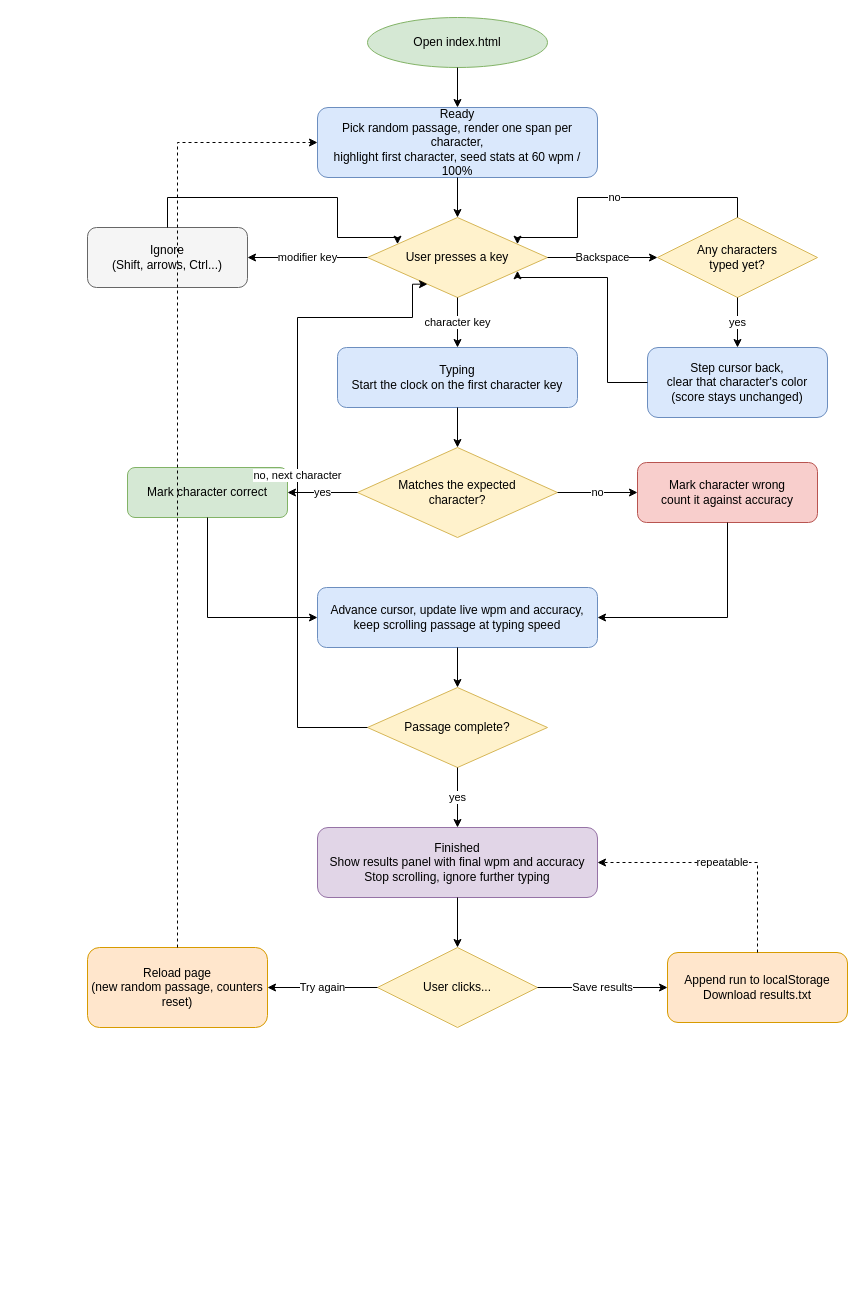
Earlier version of the draw.io diagram page "High-Level Flow" (1 of 3) of docs/typing-trainer.drawio (shaynemeyer/typingapp). Source tidied: cells renumbered, new cells numbered last; positions are measured from the earlier drawing's top-left corner, leaving out a move shared by most shapes. Both pictures are drawn from the tidied source at 100%, with x=0, y=0 at pixel (87, 17).
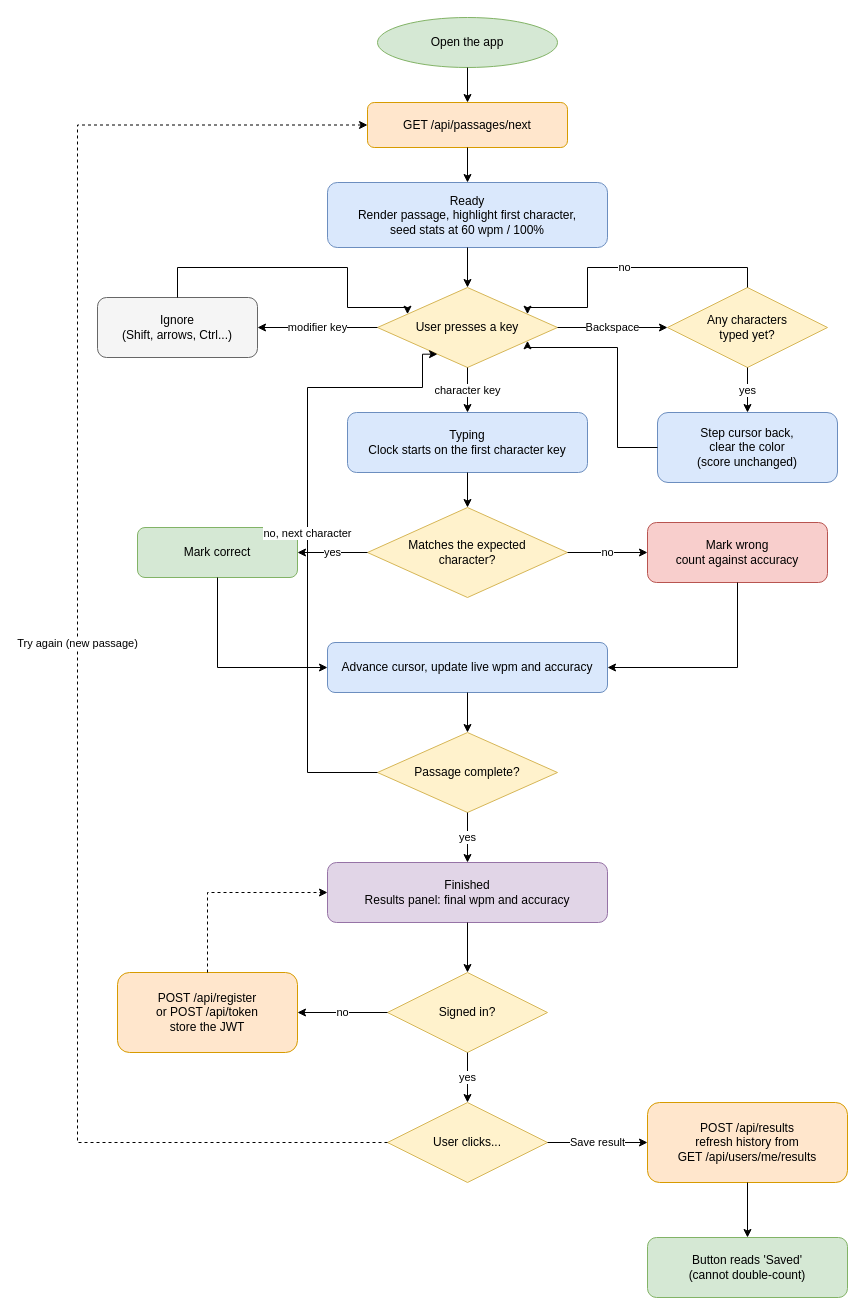
After the change.

What changed in the source:
```diff
@@
-    <mxCell id="2" value="Open index.html" style="ellipse;whiteSpace=wrap;html=1;fillColor=#d5e8d4;strokeColor=#82b366;" parent="1" vertex="1">
-      <mxGeometry x="280" width="180" height="50" as="geometry" />
+    <mxCell id="2" value="Open the app" style="ellipse;whiteSpace=wrap;html=1;fillColor=#d5e8d4;strokeColor=#82b366;" parent="1" vertex="1">
+      <mxGeometry x="290" width="180" height="50" as="geometry" />
     </mxCell>
+    <mxCell id="40" value="GET /api/passages/next" style="rounded=1;whiteSpace=wrap;html=1;fillColor=#ffe6cc;strokeColor=#d79b00;" parent="1" vertex="1">
+      <mxGeometry x="280" y="85" width="200" height="45" as="geometry" />
+    </mxCell>
-    <mxCell id="3" value="Ready&#10;Pick random passage, render one span per character,&#10;highlight first character, seed stats at 60 wpm / 100%" style="rounded=1;whiteSpace=wrap;html=1;fillColor=#dae8fc;strokeColor=#6c8ebf;" parent="1" vertex="1">
-      <mxGeometry x="230" y="90" width="280" height="70" as="geometry" />
+    <mxCell id="3" value="Ready&#10;Render passage, highlight first character,&#10;seed stats at 60 wpm / 100%" style="rounded=1;whiteSpace=wrap;html=1;fillColor=#dae8fc;strokeColor=#6c8ebf;" parent="1" vertex="1">
+      <mxGeometry x="240" y="165" width="280" height="65" as="geometry" />
     </mxCell>
     <mxCell id="4" value="User presses a key" style="rhombus;whiteSpace=wrap;html=1;fillColor=#fff2cc;strokeColor=#d6b656;" parent="1" vertex="1">
-      <mxGeometry x="280" y="200" width="180" height="80" as="geometry" />
+      <mxGeometry x="290" y="270" width="180" height="80" as="geometry" />
     </mxCell>
     <mxCell id="5" value="Ignore&#10;(Shift, arrows, Ctrl...)" style="rounded=1;whiteSpace=wrap;html=1;fillColor=#f5f5f5;strokeColor=#666666;" parent="1" vertex="1">
-      <mxGeometry y="210" width="160" height="60" as="geometry" />
+      <mxGeometry x="10" y="280" width="160" height="60" as="geometry" />
     </mxCell>
     <mxCell id="6" value="Any characters&#10;typed yet?" style="rhombus;whiteSpace=wrap;html=1;fillColor=#fff2cc;strokeColor=#d6b656;" parent="1" vertex="1">
-      <mxGeometry x="570" y="200" width="160" height="80" as="geometry" />
+      <mxGeometry x="580" y="270" width="160" height="80" as="geometry" />
     </mxCell>
-    <mxCell id="7" value="Step cursor back,&#10;clear that character's color&#10;(score stays unchanged)" style="rounded=1;whiteSpace=wrap;html=1;fillColor=#dae8fc;strokeColor=#6c8ebf;" parent="1" vertex="1">
-      <mxGeometry x="560" y="330" width="180" height="70" as="geometry" />
+    <mxCell id="7" value="Step cursor back,&#10;clear the color&#10;(score unchanged)" style="rounded=1;whiteSpace=wrap;html=1;fillColor=#dae8fc;strokeColor=#6c8ebf;" parent="1" vertex="1">
+      <mxGeometry x="570" y="395" width="180" height="70" as="geometry" />
     </mxCell>
-    <mxCell id="8" value="Typing&#10;Start the clock on the first character key" style="rounded=1;whiteSpace=wrap;html=1;fillColor=#dae8fc;strokeColor=#6c8ebf;" parent="1" vertex="1">
-      <mxGeometry x="250" y="330" width="240" height="60" as="geometry" />
+    <mxCell id="8" value="Typing&#10;Clock starts on the first character key" style="rounded=1;whiteSpace=wrap;html=1;fillColor=#dae8fc;strokeColor=#6c8ebf;" parent="1" vertex="1">
+      <mxGeometry x="260" y="395" width="240" height="60" as="geometry" />
     </mxCell>
     <mxCell id="9" value="Matches the expected&#10;character?" style="rhombus;whiteSpace=wrap;html=1;fillColor=#fff2cc;strokeColor=#d6b656;" parent="1" vertex="1">
-      <mxGeometry x="270" y="430" width="200" height="90" as="geometry" />
+      <mxGeometry x="280" y="490" width="200" height="90" as="geometry" />
     </mxCell>
-    <mxCell id="10" value="Mark character correct" style="rounded=1;whiteSpace=wrap;html=1;fillColor=#d5e8d4;strokeColor=#82b366;" parent="1" vertex="1">
-      <mxGeometry x="40" y="450" width="160" height="50" as="geometry" />
+    <mxCell id="10" value="Mark correct" style="rounded=1;whiteSpace=wrap;html=1;fillColor=#d5e8d4;strokeColor=#82b366;" parent="1" vertex="1">
+      <mxGeometry x="50" y="510" width="160" height="50" as="geometry" />
     </mxCell>
-    <mxCell id="11" value="Mark character wrong&#10;count it against accuracy" style="rounded=1;whiteSpace=wrap;html=1;fillColor=#f8cecc;strokeColor=#b85450;" parent="1" vertex="1">
-      <mxGeometry x="550" y="445" width="180" height="60" as="geometry" />
+    <mxCell id="11" value="Mark wrong&#10;count against accuracy" style="rounded=1;whiteSpace=wrap;html=1;fillColor=#f8cecc;strokeColor=#b85450;" parent="1" vertex="1">
+      <mxGeometry x="560" y="505" width="180" height="60" as="geometry" />
     </mxCell>
-    <mxCell id="12" value="Advance cursor, update live wpm and accuracy,&#10;keep scrolling passage at typing speed" style="rounded=1;whiteSpace=wrap;html=1;fillColor=#dae8fc;strokeColor=#6c8ebf;" parent="1" vertex="1">
-      <mxGeometry x="230" y="570" width="280" height="60" as="geometry" />
+    <mxCell id="12" value="Advance cursor, update live wpm and accuracy" style="rounded=1;whiteSpace=wrap;html=1;fillColor=#dae8fc;strokeColor=#6c8ebf;" parent="1" vertex="1">
+      <mxGeometry x="240" y="625" width="280" height="50" as="geometry" />
     </mxCell>
     <mxCell id="13" value="Passage complete?" style="rhombus;whiteSpace=wrap;html=1;fillColor=#fff2cc;strokeColor=#d6b656;" parent="1" vertex="1">
-      <mxGeometry x="280" y="670" width="180" height="80" as="geometry" />
+      <mxGeometry x="290" y="715" width="180" height="80" as="geometry" />
     </mxCell>
-    <mxCell id="14" value="Finished&#10;Show results panel with final wpm and accuracy&#10;Stop scrolling, ignore further typing" style="rounded=1;whiteSpace=wrap;html=1;fillColor=#e1d5e7;strokeColor=#9673a6;" parent="1" vertex="1">
-      <mxGeometry x="230" y="810" width="280" height="70" as="geometry" />
+    <mxCell id="14" value="Finished&#10;Results panel: final wpm and accuracy" style="rounded=1;whiteSpace=wrap;html=1;fillColor=#e1d5e7;strokeColor=#9673a6;" parent="1" vertex="1">
+      <mxGeometry x="240" y="845" width="280" height="60" as="geometry" />
     </mxCell>
+    <mxCell id="41" value="Signed in?" style="rhombus;whiteSpace=wrap;html=1;fillColor=#fff2cc;strokeColor=#d6b656;" parent="1" vertex="1">
+      <mxGeometry x="300" y="955" width="160" height="80" as="geometry" />
+    </mxCell>
+    <mxCell id="42" value="POST /api/register&#10;or POST /api/token&#10;store the JWT" style="rounded=1;whiteSpace=wrap;html=1;fillColor=#ffe6cc;strokeColor=#d79b00;" parent="1" vertex="1">
+      <mxGeometry x="30" y="955" width="180" height="80" as="geometry" />
+    </mxCell>
     <mxCell id="15" value="User clicks..." style="rhombus;whiteSpace=wrap;html=1;fillColor=#fff2cc;strokeColor=#d6b656;" parent="1" vertex="1">
-      <mxGeometry x="290" y="930" width="160" height="80" as="geometry" />
+      <mxGeometry x="300" y="1085" width="160" height="80" as="geometry" />
     </mxCell>
-    <mxCell id="16" value="Append run to localStorage&#10;Download results.txt" style="rounded=1;whiteSpace=wrap;html=1;fillColor=#ffe6cc;strokeColor=#d79b00;" parent="1" vertex="1">
-      <mxGeometry x="580" y="935" width="180" height="70" as="geometry" />
+    <mxCell id="16" value="POST /api/results&#10;refresh history from&#10;GET /api/users/me/results" style="rounded=1;whiteSpace=wrap;html=1;fillColor=#ffe6cc;strokeColor=#d79b00;" parent="1" vertex="1">
+      <mxGeometry x="560" y="1085" width="200" height="80" as="geometry" />
     </mxCell>
-    <mxCell id="17" value="Reload page&#10;(new random passage, counters reset)" style="rounded=1;whiteSpace=wrap;html=1;fillColor=#ffe6cc;strokeColor=#d79b00;" parent="1" vertex="1">
-      <mxGeometry y="930" width="180" height="80" as="geometry" />
-    </mxCell>
+    <mxCell id="43" value="Button reads 'Saved'&#10;(cannot double-count)" style="rounded=1;whiteSpace=wrap;html=1;fillColor=#d5e8d4;strokeColor=#82b366;" parent="1" vertex="1">
+      <mxGeometry x="560" y="1220" width="200" height="60" as="geometry" />
+    </mxCell>
-    <mxCell id="18" style="edgeStyle=orthogonalEdgeStyle;rounded=0;html=1;exitX=0.5;exitY=1;entryX=0.5;entryY=0;" parent="1" edge="1" source="2" target="3">
+    <mxCell id="18" style="edgeStyle=orthogonalEdgeStyle;rounded=0;html=1;exitX=0.5;exitY=1;entryX=0.5;entryY=0;" parent="1" edge="1" source="2" target="40">
       <mxGeometry relative="1" as="geometry" />
     </mxCell>
-    <mxCell id="19" style="edgeStyle=orthogonalEdgeStyle;rounded=0;html=1;exitX=0.5;exitY=1;entryX=0.5;entryY=0;" parent="1" edge="1" source="3" target="4">
+    <mxCell id="19" style="edgeStyle=orthogonalEdgeStyle;rounded=0;html=1;exitX=0.5;exitY=1;entryX=0.5;entryY=0;" parent="1" edge="1" source="40" target="3">
       <mxGeometry relative="1" as="geometry" />
     </mxCell>
-    <mxCell id="20" value="modifier key" style="edgeStyle=orthogonalEdgeStyle;rounded=0;html=1;exitX=0;exitY=0.5;entryX=1;entryY=0.5;" parent="1" edge="1" source="4" target="5">
+    <mxCell id="20" style="edgeStyle=orthogonalEdgeStyle;rounded=0;html=1;exitX=0.5;exitY=1;entryX=0.5;entryY=0;" parent="1" edge="1" source="3" target="4">
       <mxGeometry relative="1" as="geometry" />
     </mxCell>
-    <mxCell id="21" style="edgeStyle=orthogonalEdgeStyle;rounded=0;html=1;exitX=0.5;exitY=0;entryX=0;entryY=0.25;" parent="1" edge="1" source="5" target="4">
-      <mxGeometry relative="1" as="geometry">
-        <Array as="points">
-          <mxPoint x="80" y="180" />
-          <mxPoint x="250" y="180" />
-          <mxPoint x="250" y="220" />
-        </Array>
-      </mxGeometry>
+    <mxCell id="21" value="modifier key" style="edgeStyle=orthogonalEdgeStyle;rounded=0;html=1;exitX=0;exitY=0.5;entryX=1;entryY=0.5;" parent="1" edge="1" source="4" target="5">
+      <mxGeometry relative="1" as="geometry" />
     </mxCell>
-    <mxCell id="22" value="Backspace" style="edgeStyle=orthogonalEdgeStyle;rounded=0;html=1;exitX=1;exitY=0.5;entryX=0;entryY=0.5;" parent="1" edge="1" source="4" target="6">
-      <mxGeometry relative="1" as="geometry" />
+    <mxCell id="22" style="edgeStyle=orthogonalEdgeStyle;rounded=0;html=1;exitX=0.5;exitY=0;entryX=0;entryY=0.25;" parent="1" edge="1" source="5" target="4">
+      <mxGeometry relative="1" as="geometry">
+        <Array as="points">
+          <mxPoint x="90" y="250" />
+          <mxPoint x="260" y="250" />
+          <mxPoint x="260" y="290" />
+        </Array>
+      </mxGeometry>
     </mxCell>
-    <mxCell id="23" value="yes" style="edgeStyle=orthogonalEdgeStyle;rounded=0;html=1;exitX=0.5;exitY=1;entryX=0.5;entryY=0;" parent="1" edge="1" source="6" target="7">
+    <mxCell id="23" value="Backspace" style="edgeStyle=orthogonalEdgeStyle;rounded=0;html=1;exitX=1;exitY=0.5;entryX=0;entryY=0.5;" parent="1" edge="1" source="4" target="6">
       <mxGeometry relative="1" as="geometry" />
     </mxCell>
-    <mxCell id="24" value="no" style="edgeStyle=orthogonalEdgeStyle;rounded=0;html=1;exitX=0.5;exitY=0;entryX=1;entryY=0.25;" parent="1" edge="1" source="6" target="4">
-      <mxGeometry relative="1" as="geometry">
-        <Array as="points">
-          <mxPoint x="650" y="180" />
-          <mxPoint x="490" y="180" />
-          <mxPoint x="490" y="220" />
-        </Array>
-      </mxGeometry>
+    <mxCell id="24" value="yes" style="edgeStyle=orthogonalEdgeStyle;rounded=0;html=1;exitX=0.5;exitY=1;entryX=0.5;entryY=0;" parent="1" edge="1" source="6" target="7">
+      <mxGeometry relative="1" as="geometry" />
     </mxCell>
-    <mxCell id="25" style="edgeStyle=orthogonalEdgeStyle;rounded=0;html=1;exitX=0;exitY=0.5;entryX=1;entryY=0.75;" parent="1" edge="1" source="7" target="4">
+    <mxCell id="25" value="no" style="edgeStyle=orthogonalEdgeStyle;rounded=0;html=1;exitX=0.5;exitY=0;entryX=1;entryY=0.25;" parent="1" edge="1" source="6" target="4">
       <mxGeometry relative="1" as="geometry">
         <Array as="points">
-          <mxPoint x="520" y="365" />
-          <mxPoint x="520" y="260" />
+          <mxPoint x="660" y="250" />
+          <mxPoint x="500" y="250" />
+          <mxPoint x="500" y="290" />
         </Array>
       </mxGeometry>
     </mxCell>
-    <mxCell id="26" value="character key" style="edgeStyle=orthogonalEdgeStyle;rounded=0;html=1;exitX=0.5;exitY=1;entryX=0.5;entryY=0;" parent="1" edge="1" source="4" target="8">
-      <mxGeometry relative="1" as="geometry" />
+    <mxCell id="26" style="edgeStyle=orthogonalEdgeStyle;rounded=0;html=1;exitX=0;exitY=0.5;entryX=1;entryY=0.75;" parent="1" edge="1" source="7" target="4">
+      <mxGeometry relative="1" as="geometry">
+        <Array as="points">
+          <mxPoint x="530" y="430" />
+          <mxPoint x="530" y="330" />
+        </Array>
+      </mxGeometry>
     </mxCell>
-    <mxCell id="27" style="edgeStyle=orthogonalEdgeStyle;rounded=0;html=1;exitX=0.5;exitY=1;entryX=0.5;entryY=0;" parent="1" edge="1" source="8" target="9">
+    <mxCell id="27" value="character key" style="edgeStyle=orthogonalEdgeStyle;rounded=0;html=1;exitX=0.5;exitY=1;entryX=0.5;entryY=0;" parent="1" edge="1" source="4" target="8">
       <mxGeometry relative="1" as="geometry" />
     </mxCell>
-    <mxCell id="28" value="yes" style="edgeStyle=orthogonalEdgeStyle;rounded=0;html=1;exitX=0;exitY=0.5;entryX=1;entryY=0.5;" parent="1" edge="1" source="9" target="10">
+    <mxCell id="28" style="edgeStyle=orthogonalEdgeStyle;rounded=0;html=1;exitX=0.5;exitY=1;entryX=0.5;entryY=0;" parent="1" edge="1" source="8" target="9">
       <mxGeometry relative="1" as="geometry" />
     </mxCell>
-    <mxCell id="29" value="no" style="edgeStyle=orthogonalEdgeStyle;rounded=0;html=1;exitX=1;exitY=0.5;entryX=0;entryY=0.5;" parent="1" edge="1" source="9" target="11">
+    <mxCell id="29" value="yes" style="edgeStyle=orthogonalEdgeStyle;rounded=0;html=1;exitX=0;exitY=0.5;entryX=1;entryY=0.5;" parent="1" edge="1" source="9" target="10">
       <mxGeometry relative="1" as="geometry" />
     </mxCell>
-    <mxCell id="30" style="edgeStyle=orthogonalEdgeStyle;rounded=0;html=1;exitX=0.5;exitY=1;entryX=0;entryY=0.5;" parent="1" edge="1" source="10" target="12">
-      <mxGeometry relative="1" as="geometry">
-        <Array as="points">
-          <mxPoint x="120" y="600" />
-        </Array>
-      </mxGeometry>
+    <mxCell id="30" value="no" style="edgeStyle=orthogonalEdgeStyle;rounded=0;html=1;exitX=1;exitY=0.5;entryX=0;entryY=0.5;" parent="1" edge="1" source="9" target="11">
+      <mxGeometry relative="1" as="geometry" />
     </mxCell>
-    <mxCell id="31" style="edgeStyle=orthogonalEdgeStyle;rounded=0;html=1;exitX=0.5;exitY=1;entryX=1;entryY=0.5;" parent="1" edge="1" source="11" target="12">
+    <mxCell id="31" style="edgeStyle=orthogonalEdgeStyle;rounded=0;html=1;exitX=0.5;exitY=1;entryX=0;entryY=0.5;" parent="1" edge="1" source="10" target="12">
       <mxGeometry relative="1" as="geometry">
         <Array as="points">
-          <mxPoint x="640" y="600" />
+          <mxPoint x="130" y="650" />
         </Array>
       </mxGeometry>
     </mxCell>
-    <mxCell id="32" style="edgeStyle=orthogonalEdgeStyle;rounded=0;html=1;exitX=0.5;exitY=1;entryX=0.5;entryY=0;" parent="1" edge="1" source="12" target="13">
-      <mxGeometry relative="1" as="geometry" />
+    <mxCell id="32" style="edgeStyle=orthogonalEdgeStyle;rounded=0;html=1;exitX=0.5;exitY=1;entryX=1;entryY=0.5;" parent="1" edge="1" source="11" target="12">
+      <mxGeometry relative="1" as="geometry">
+        <Array as="points">
+          <mxPoint x="650" y="650" />
+        </Array>
+      </mxGeometry>
     </mxCell>
-    <mxCell id="33" value="no, next character" style="edgeStyle=orthogonalEdgeStyle;rounded=0;html=1;exitX=0;exitY=0.5;entryX=0.25;entryY=1;" parent="1" edge="1" source="13" target="4">
-      <mxGeometry relative="1" as="geometry">
-        <Array as="points">
-          <mxPoint x="210" y="710" />
-          <mxPoint x="210" y="300" />
-          <mxPoint x="325" y="300" />
-        </Array>
-      </mxGeometry>
+    <mxCell id="33" style="edgeStyle=orthogonalEdgeStyle;rounded=0;html=1;exitX=0.5;exitY=1;entryX=0.5;entryY=0;" parent="1" edge="1" source="12" target="13">
+      <mxGeometry relative="1" as="geometry" />
     </mxCell>
-    <mxCell id="34" value="yes" style="edgeStyle=orthogonalEdgeStyle;rounded=0;html=1;exitX=0.5;exitY=1;entryX=0.5;entryY=0;" parent="1" edge="1" source="13" target="14">
-      <mxGeometry relative="1" as="geometry" />
+    <mxCell id="34" value="no, next character" style="edgeStyle=orthogonalEdgeStyle;rounded=0;html=1;exitX=0;exitY=0.5;entryX=0.25;entryY=1;" parent="1" edge="1" source="13" target="4">
+      <mxGeometry relative="1" as="geometry">
+        <Array as="points">
+          <mxPoint x="220" y="755" />
+          <mxPoint x="220" y="370" />
+          <mxPoint x="335" y="370" />
+        </Array>
+      </mxGeometry>
     </mxCell>
-    <mxCell id="35" style="edgeStyle=orthogonalEdgeStyle;rounded=0;html=1;exitX=0.5;exitY=1;entryX=0.5;entryY=0;" parent="1" edge="1" source="14" target="15">
+    <mxCell id="35" value="yes" style="edgeStyle=orthogonalEdgeStyle;rounded=0;html=1;exitX=0.5;exitY=1;entryX=0.5;entryY=0;" parent="1" edge="1" source="13" target="14">
       <mxGeometry relative="1" as="geometry" />
     </mxCell>
-    <mxCell id="36" value="Save results" style="edgeStyle=orthogonalEdgeStyle;rounded=0;html=1;exitX=1;exitY=0.5;entryX=0;entryY=0.5;" parent="1" edge="1" source="15" target="16">
+    <mxCell id="36" style="edgeStyle=orthogonalEdgeStyle;rounded=0;html=1;exitX=0.5;exitY=1;entryX=0.5;entryY=0;" parent="1" edge="1" source="14" target="41">
       <mxGeometry relative="1" as="geometry" />
     </mxCell>
-    <mxCell id="37" value="repeatable" style="edgeStyle=orthogonalEdgeStyle;rounded=0;html=1;exitX=0.5;exitY=0;entryX=1;entryY=0.5;dashed=1;" parent="1" edge="1" source="16" target="14">
-      <mxGeometry relative="1" as="geometry">
-        <Array as="points">
-          <mxPoint x="670" y="845" />
-        </Array>
-      </mxGeometry>
+    <mxCell id="37" value="no" style="edgeStyle=orthogonalEdgeStyle;rounded=0;html=1;exitX=0;exitY=0.5;entryX=1;entryY=0.5;" parent="1" edge="1" source="41" target="42">
+      <mxGeometry relative="1" as="geometry" />
     </mxCell>
-    <mxCell id="38" value="Try again" style="edgeStyle=orthogonalEdgeStyle;rounded=0;html=1;exitX=0;exitY=0.5;entryX=1;entryY=0.5;" parent="1" edge="1" source="15" target="17">
-      <mxGeometry relative="1" as="geometry" />
+    <mxCell id="38" style="edgeStyle=orthogonalEdgeStyle;rounded=0;html=1;exitX=0.5;exitY=0;entryX=0;entryY=0.5;dashed=1;" parent="1" edge="1" source="42" target="14">
+      <mxGeometry relative="1" as="geometry">
+        <Array as="points">
+          <mxPoint x="120" y="875" />
+        </Array>
+      </mxGeometry>
     </mxCell>
-    <mxCell id="39" style="edgeStyle=orthogonalEdgeStyle;rounded=0;html=1;exitX=0.5;exitY=0;entryX=0;entryY=0.5;dashed=1;" parent="1" edge="1" source="17" target="3">
-      <mxGeometry relative="1" as="geometry">
-        <Array as="points">
-          <mxPoint x="90" y="125" />
-        </Array>
-      </mxGeometry>
+    <mxCell id="39" value="yes" style="edgeStyle=orthogonalEdgeStyle;rounded=0;html=1;exitX=0.5;exitY=1;entryX=0.5;entryY=0;" parent="1" edge="1" source="41" target="15">
+      <mxGeometry relative="1" as="geometry" />
     </mxCell>
+    <mxCell id="44" value="Save result" style="edgeStyle=orthogonalEdgeStyle;rounded=0;html=1;exitX=1;exitY=0.5;entryX=0;entryY=0.5;" parent="1" edge="1" source="15" target="16">
+      <mxGeometry relative="1" as="geometry" />
+    </mxCell>
+    <mxCell id="45" style="edgeStyle=orthogonalEdgeStyle;rounded=0;html=1;exitX=0.5;exitY=1;entryX=0.5;entryY=0;" parent="1" edge="1" source="16" target="43">
+      <mxGeometry relative="1" as="geometry" />
+    </mxCell>
+    <mxCell id="46" value="Try again (new passage)" style="edgeStyle=orthogonalEdgeStyle;rounded=0;html=1;exitX=0;exitY=0.5;entryX=0;entryY=0.5;dashed=1;" parent="1" edge="1" source="15" target="40">
+      <mxGeometry relative="1" as="geometry">
+        <Array as="points">
+          <mxPoint x="-10" y="1125" />
+          <mxPoint x="-10" y="108" />
+        </Array>
+      </mxGeometry>
+    </mxCell>
```
